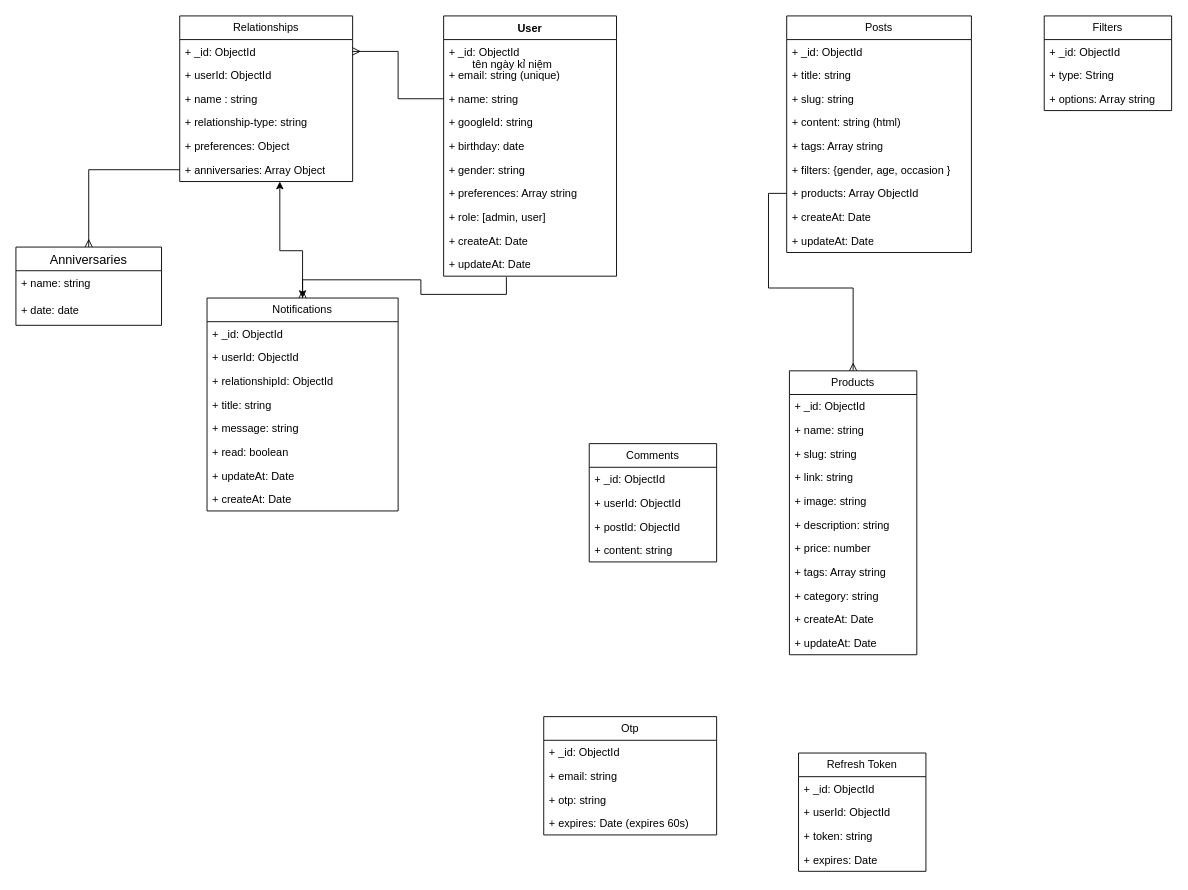
The draw.io diagram Biểu đồ gợi ý tặng quà.drawio in Baodt2911/goiytangqua, before the edit. Source tidied: cells renumbered, new cells numbered last; positions are measured from the earlier drawing's top-left corner, leaving out a move shared by most shapes. Both pictures are drawn from the tidied source at 91%, with x=0, y=0 at pixel (15, 15).
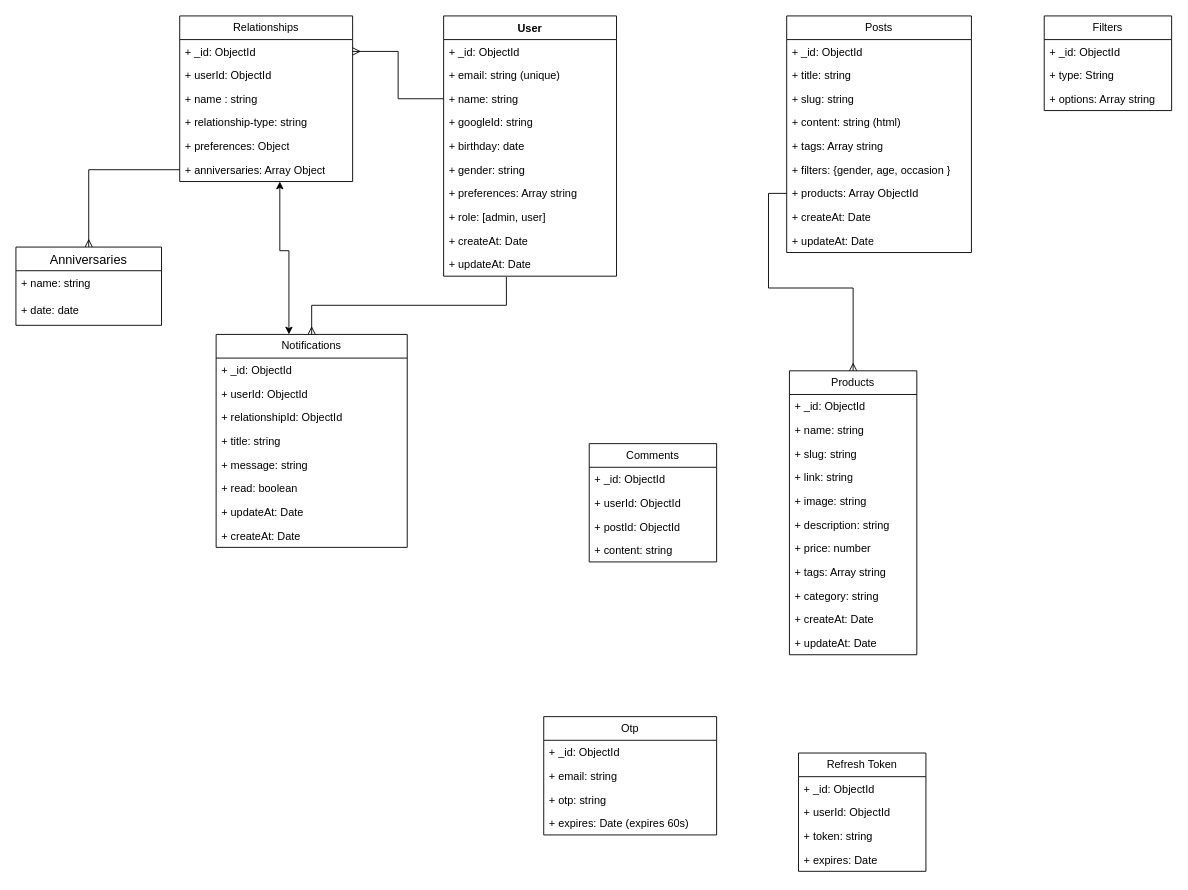
Above is the later version.

Commit message:
Cập nhật Biểu đồ gợi ý tặng quà.drawio

Unchanged cells that the change refers to:
```xml
<mxCell id="46" value="+ anniversaries: Array Object" style="text;strokeColor=none;fillColor=none;align=left;verticalAlign=top;spacingLeft=4;spacingRight=4;overflow=hidden;points=[[0,0.5],[1,0.5]];portConstraint=eastwest;whiteSpace=wrap;html=1;" parent="40" vertex="1">
  <mxGeometry y="156" width="190" height="26" as="geometry" />
</mxCell>
```

Change to the diagram source:
```diff
@@
     <mxCell id="51" style="edgeStyle=orthogonalEdgeStyle;rounded=0;jettySize=auto;html=1;startArrow=classic;startFill=1;" parent="1" edge="1" source="53" target="46">
       <mxGeometry relative="1" as="geometry">
         <Array as="points">
-          <mxPoint x="315" y="258" />
+          <mxPoint x="300" y="258" />
           <mxPoint x="290" y="258" />
         </Array>
       </mxGeometry>
     </mxCell>
@@
     <mxCell id="53" value="Notifications" style="swimlane;fontStyle=0;horizontal=1;startSize=26;fillColor=none;whiteSpace=wrap;html=1;" parent="1" vertex="1">
-      <mxGeometry x="210" y="310" width="210" height="234" as="geometry" />
+      <mxGeometry x="220" y="350" width="210" height="234" as="geometry" />
     </mxCell>
@@
-    <mxCell id="78" value="tên ngày kỉ niệm" style="text;whiteSpace=wrap;html=1;" parent="1" vertex="1">
-      <mxGeometry x="500" y="40" width="120" height="40" as="geometry" />
-    </mxCell>
```
